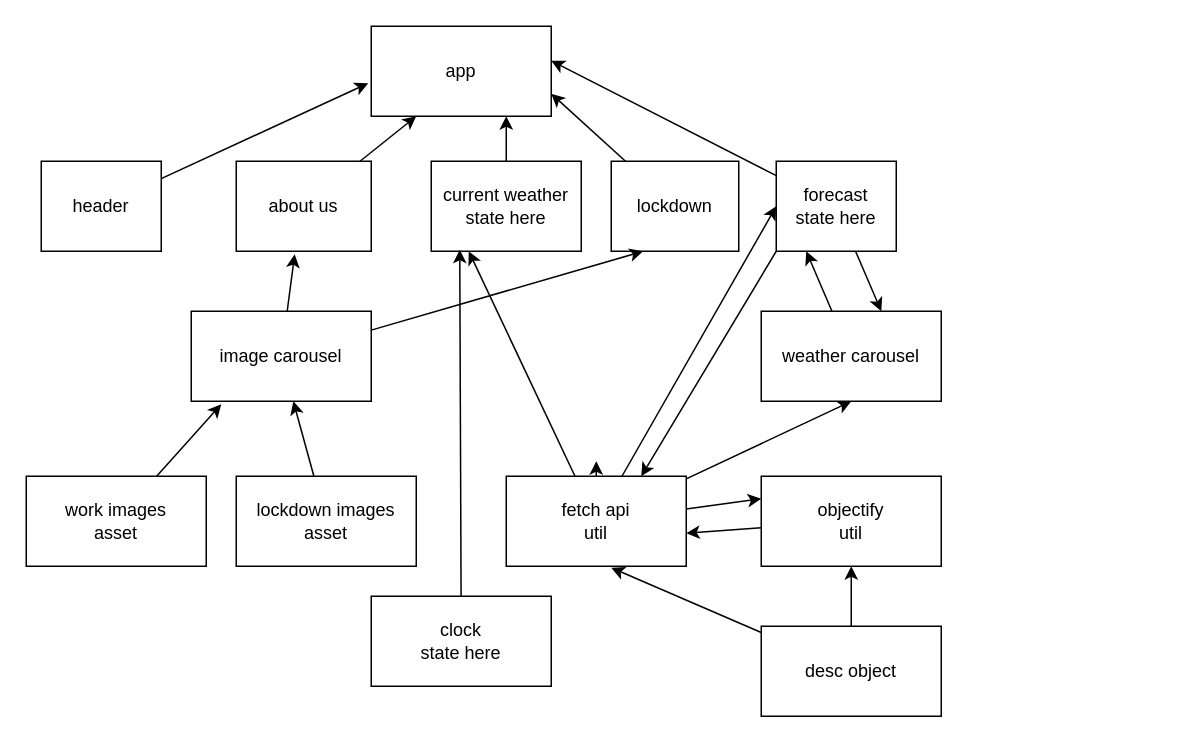
Earlier version of the draw.io diagram hierarchy.drawio (Chris-Mark-Wilson/cw-webpage). Source tidied: cells renumbered, new cells numbered last; positions are measured from the earlier drawing's top-left corner, leaving out a move shared by most shapes. Both pictures are drawn from the tidied source at 150%, with x=0, y=0 at pixel (26, 26).
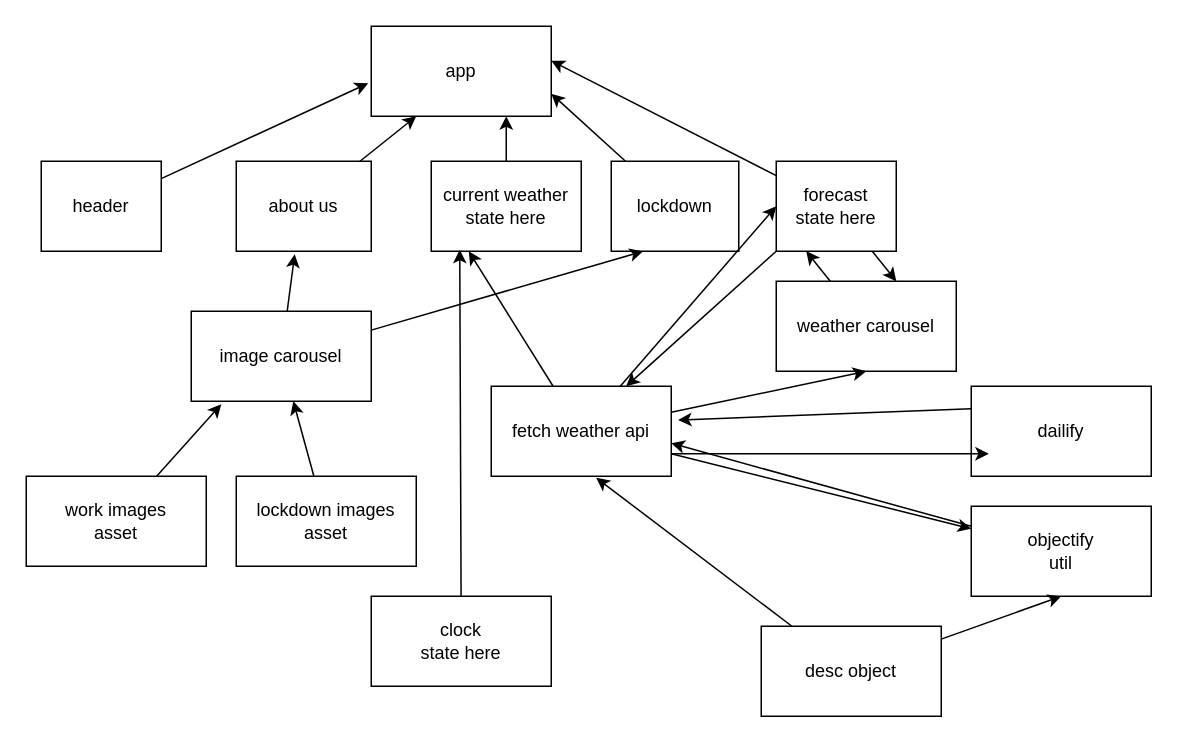
After the change.

What changed in the source:
```diff
@@
     <mxCell id="19" value="weather carousel" style="whiteSpace=wrap;html=1;fontFamily=Helvetica;" parent="1" vertex="1">
-      <mxGeometry x="490" y="190" width="120" height="60" as="geometry" />
+      <mxGeometry x="500" y="170" width="120" height="60" as="geometry" />
     </mxCell>
@@
-    <mxCell id="25" value="fetch api&lt;br&gt;util" style="whiteSpace=wrap;html=1;fontFamily=Helvetica;" parent="1" vertex="1">
-      <mxGeometry x="320" y="300" width="120" height="60" as="geometry" />
-    </mxCell>
@@
     <mxCell id="27" value="objectify&lt;br&gt;util" style="whiteSpace=wrap;html=1;fontFamily=Helvetica;" parent="1" vertex="1">
-      <mxGeometry x="490" y="300" width="120" height="60" as="geometry" />
+      <mxGeometry x="630" y="320" width="120" height="60" as="geometry" />
     </mxCell>
@@
+    <mxCell id="37" style="edgeStyle=none;html=1;exitX=0;exitY=0.25;exitDx=0;exitDy=0;entryX=1.038;entryY=0.375;entryDx=0;entryDy=0;entryPerimeter=0;" parent="1" edge="1" source="39" target="25">
+      <mxGeometry relative="1" as="geometry" />
+    </mxCell>
+    <mxCell id="38" style="edgeStyle=none;html=1;exitX=0;exitY=0.75;exitDx=0;exitDy=0;entryX=0;entryY=0.75;entryDx=0;entryDy=0;" parent="1" edge="1" source="39" target="39">
+      <mxGeometry relative="1" as="geometry" />
+    </mxCell>
+    <mxCell id="39" value="dailify" style="whiteSpace=wrap;html=1;" parent="1" vertex="1">
+      <mxGeometry x="630" y="240" width="120" height="60" as="geometry" />
+    </mxCell>
+    <mxCell id="40" style="edgeStyle=none;html=1;exitX=1;exitY=0.75;exitDx=0;exitDy=0;" parent="1" edge="1" source="25">
+      <mxGeometry relative="1" as="geometry">
+        <mxPoint x="641.7" y="285" as="targetPoint" />
+      </mxGeometry>
+    </mxCell>
+    <mxCell id="25" value="fetch weather api" style="whiteSpace=wrap;html=1;fontFamily=Helvetica;" parent="1" vertex="1">
+      <mxGeometry x="310" y="240" width="120" height="60" as="geometry" />
+    </mxCell>
```
